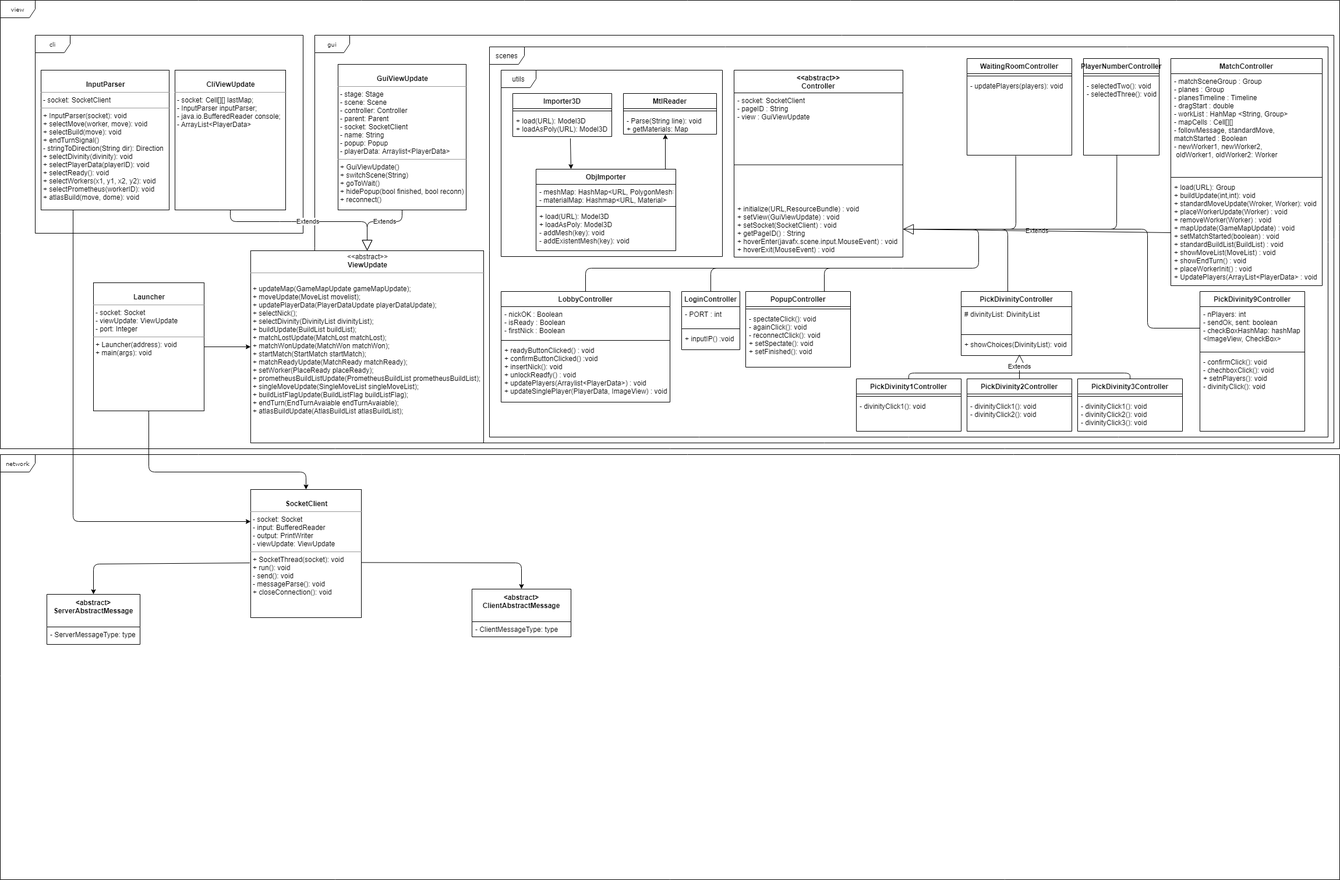
Earlier version of the draw.io export deliveries/UML/UML Santorini Client.png (manderino1/ing-sw-2020-Molesti-Mandelli-Mannarino). Source tidied: cells renumbered, new cells last; positions are measured from the earlier drawing's top-left corner, leaving out a move shared by most shapes.
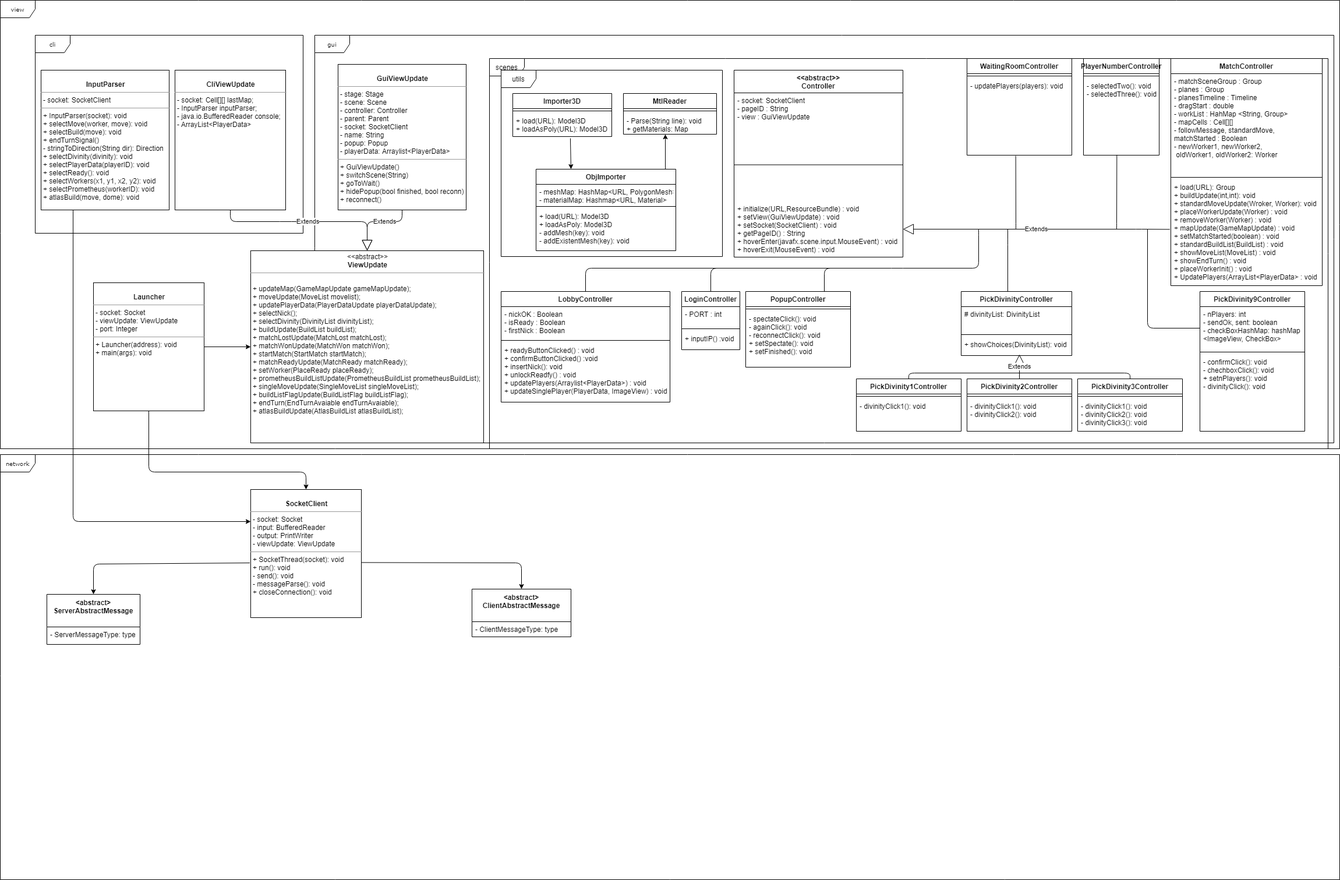
After the commit.

Commit message:
Fixed an arrow in UML Client

The edit, as a diff of the source:
```diff
@@ -9,7 +9,7 @@
       <mxGeometry x="540" y="60" width="1750" height="700" as="geometry" />
     </mxCell>
     <mxCell id="4" value="scenes" style="shape=umlFrame;whiteSpace=wrap;html=1;" parent="1" vertex="1">
-      <mxGeometry x="840" y="80" width="1440" height="670" as="geometry" />
+      <mxGeometry x="840" y="100" width="1440" height="670" as="geometry" />
     </mxCell>
     <mxCell id="5" value="utils" style="shape=umlFrame;whiteSpace=wrap;html=1;" parent="1" vertex="1">
       <mxGeometry x="860" y="120" width="380" height="320" as="geometry" />
@@ -274,41 +274,50 @@
     <mxCell id="77" value="+ showChoices(DivinityList): void" style="text;strokeColor=none;fillColor=none;align=left;verticalAlign=top;spacingLeft=4;spacingRight=4;overflow=hidden;" parent="74" vertex="1">
       <mxGeometry y="78" width="190" height="32" as="geometry" />
     </mxCell>
-    <mxCell id="78" value="Extends" style="endArrow=block;endSize=16;endFill=0;html=1;entryX=1;entryY=0.5;entryDx=0;entryDy=0;exitX=0;exitY=0.5;exitDx=0;exitDy=0;" parent="1" edge="1" source="89" target="26">
-      <mxGeometry relative="1" as="geometry" />
+    <mxCell id="78" value="Extends" style="endArrow=block;endSize=16;endFill=0;html=1;entryX=1;entryY=0.5;entryDx=0;entryDy=0;exitX=-0.006;exitY=0.469;exitDx=0;exitDy=0;exitPerimeter=0;" parent="1" edge="1" source="89" target="26">
+      <mxGeometry relative="1" as="geometry">
+        <Array as="points">
+          <mxPoint x="1960" y="393" />
+        </Array>
+      </mxGeometry>
     </mxCell>
-    <mxCell id="79" style="endArrow=none;html=1;exitX=0.465;exitY=1.008;exitDx=0;exitDy=0;exitPerimeter=0;entryX=1;entryY=0.5;entryDx=0;entryDy=0;" parent="1" edge="1" source="22" target="26">
+    <mxCell id="79" style="endArrow=none;html=1;exitX=0.465;exitY=1.008;exitDx=0;exitDy=0;exitPerimeter=0;" parent="1" edge="1" source="22">
       <mxGeometry relative="1" as="geometry">
+        <mxPoint x="1744" y="393" as="targetPoint" />
         <Array as="points">
           <mxPoint x="1744" y="393" />
         </Array>
       </mxGeometry>
     </mxCell>
-    <mxCell id="80" style="endArrow=none;html=1;exitX=0.441;exitY=0.995;exitDx=0;exitDy=0;exitPerimeter=0;entryX=1;entryY=0.5;entryDx=0;entryDy=0;" parent="1" edge="1" source="19" target="26">
+    <mxCell id="80" style="endArrow=none;html=1;exitX=0.441;exitY=0.995;exitDx=0;exitDy=0;exitPerimeter=0;" parent="1" edge="1" source="19">
       <mxGeometry relative="1" as="geometry">
+        <mxPoint x="1917" y="393" as="targetPoint" />
         <Array as="points">
           <mxPoint x="1917" y="393" />
         </Array>
       </mxGeometry>
     </mxCell>
-    <mxCell id="81" style="endArrow=none;html=1;exitX=1;exitY=0.5;exitDx=0;exitDy=0;" parent="1" edge="1" source="26">
+    <mxCell id="81" style="endArrow=none;html=1;" parent="1" edge="1">
       <mxGeometry relative="1" as="geometry">
+        <mxPoint x="1730" y="393" as="sourcePoint" />
         <mxPoint x="1730" y="500" as="targetPoint" />
         <Array as="points">
-          <mxPoint x="1730" y="393" />
+          <mxPoint x="1730" y="410" />
         </Array>
       </mxGeometry>
     </mxCell>
-    <mxCell id="82" style="endArrow=none;html=1;exitX=1;exitY=0.5;exitDx=0;exitDy=0;entryX=0;entryY=0.5;entryDx=0;entryDy=0;" parent="1" edge="1" source="26" target="52">
+    <mxCell id="82" style="endArrow=none;html=1;entryX=0;entryY=0.5;entryDx=0;entryDy=0;" parent="1" edge="1" target="52">
       <mxGeometry relative="1" as="geometry">
+        <mxPoint x="1970" y="393" as="sourcePoint" />
         <Array as="points">
           <mxPoint x="1970" y="393" />
           <mxPoint x="1970" y="563" />
         </Array>
       </mxGeometry>
     </mxCell>
-    <mxCell id="83" style="endArrow=none;html=1;exitX=0.75;exitY=0;exitDx=0;exitDy=0;entryX=1;entryY=0.5;entryDx=0;entryDy=0;" parent="1" edge="1" source="55" target="26">
+    <mxCell id="83" style="endArrow=none;html=1;exitX=0.75;exitY=0;exitDx=0;exitDy=0;" parent="1" edge="1" source="55">
       <mxGeometry relative="1" as="geometry">
+        <mxPoint x="1680" y="393" as="targetPoint" />
         <Array as="points">
           <mxPoint x="1415" y="460" />
           <mxPoint x="1540" y="460" />
```
